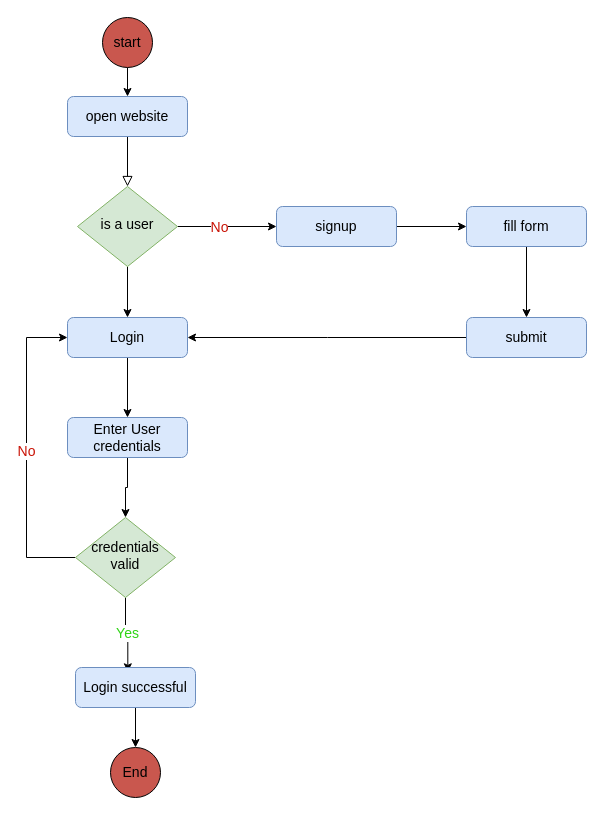
Above: Untitled Diagram.drawio in darkfly22/softdev (draw.io), before the change. Source tidied: cells renumbered, new cells numbered last; positions are measured from the earlier drawing's top-left corner, leaving out a move shared by most shapes. Both pictures are drawn from the tidied source at 100%, with x=0, y=0 at pixel (26, 17).
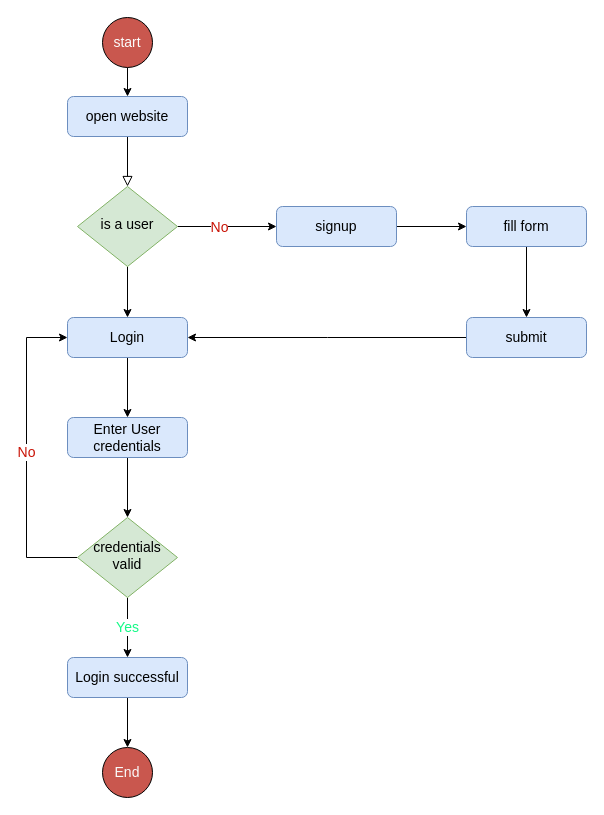
The same page after the edit.

Change to the diagram source:
```diff
@@
-    <mxCell id="11" value="start" style="ellipse;whiteSpace=wrap;html=1;labelBackgroundColor=none;fillColor=#C9574E;fontSize=14;" parent="1" vertex="1">
+    <mxCell id="11" value="start" style="ellipse;whiteSpace=wrap;html=1;labelBackgroundColor=none;fillColor=#C9574E;fontSize=14;fontColor=#FCFCFC;" parent="1" vertex="1">
       <mxGeometry x="76" width="50" height="50" as="geometry" />
     </mxCell>
@@
-    <mxCell id="21" value="Yes" style="edgeStyle=orthogonalEdgeStyle;rounded=0;jettySize=auto;html=1;exitX=0.5;exitY=1;exitDx=0;exitDy=0;entryX=0.436;entryY=0.108;entryDx=0;entryDy=0;entryPerimeter=0;fontSize=14;fontColor=#2FD415;" parent="1" edge="1" source="22" target="24">
+    <mxCell id="21" value="Yes" style="edgeStyle=orthogonalEdgeStyle;rounded=0;jettySize=auto;html=1;exitX=0.5;exitY=1;exitDx=0;exitDy=0;fontSize=14;fontColor=#14FA87;" parent="1" edge="1" source="22" target="24">
       <mxGeometry relative="1" as="geometry" />
     </mxCell>
     <mxCell id="22" value="credentials &lt;br style=&quot;font-size: 14px;&quot;&gt;valid" style="rhombus;whiteSpace=wrap;html=1;shadow=0;fontFamily=Helvetica;fontSize=14;align=center;strokeWidth=1;spacing=6;spacingTop=-4;fillColor=#d5e8d4;strokeColor=#82b366;labelPadding=2;" parent="1" vertex="1">
-      <mxGeometry x="49" y="500" width="100" height="80" as="geometry" />
+      <mxGeometry x="51" y="500" width="100" height="80" as="geometry" />
     </mxCell>
@@
     <mxCell id="24" value="Login successful" style="rounded=1;whiteSpace=wrap;html=1;fontSize=14;glass=0;strokeWidth=1;shadow=0;fillColor=#dae8fc;strokeColor=#6c8ebf;" parent="1" vertex="1">
-      <mxGeometry x="49" y="650" width="120" height="40" as="geometry" />
+      <mxGeometry x="41" y="640" width="120" height="40" as="geometry" />
     </mxCell>
-    <mxCell id="25" value="End" style="ellipse;whiteSpace=wrap;html=1;fillColor=#C9574E;fontSize=14;" parent="1" vertex="1">
-      <mxGeometry x="84" y="730" width="50" height="50" as="geometry" />
+    <mxCell id="25" value="End" style="ellipse;whiteSpace=wrap;html=1;fillColor=#C9574E;fontSize=14;fontColor=#FAFAFA;" parent="1" vertex="1">
+      <mxGeometry x="76" y="730" width="50" height="50" as="geometry" />
     </mxCell>
```
